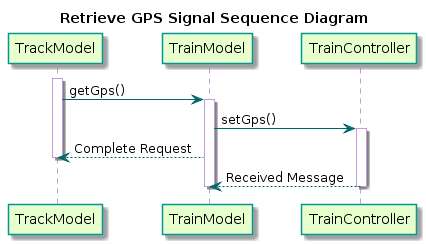
Before: TrainSystem/yUML/Sequence Diagrams/TrainModel/RetreiveGPSSeqDiagram.png, a diagram exported from PlantUML (kevingilboy/COE1186). Its diagram source:
```plantuml
@startuml
title Retrieve GPS Signal Sequence Diagram
skinparam sequence {
  BackgroundColor transparent
  ActorBackgroundColor #e6ffcc
  ActorBorderColor 	#049595
  ParticipantBackgroundColor #e6ffcc
  ParticipantBorderColor 	#049595
  PackageBorderCOlor  #049595
  ArrowColor #006666
  LifeLineBorderColor #c09cd9
}

participant "TrackModel" as A
participant "TrainModel" as B
participant "TrainController" as C

activate A
A -> B : getGps()
activate B

B -> C : setGps()
activate C

B --> A : Complete Request
deactivate A

C --> B : Received Message
deactivate B
deactivate C
@enduml
```
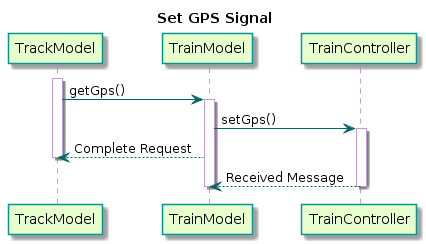
After the commit.

The edit, as a diff of the source:
```diff
@@ -1,9 +1,11 @@
 @startuml
-title Retrieve GPS Signal Sequence Diagram
+title Set GPS Signal
+participant TrackModel
+participant TrainModel
+participant TrainController
+
 skinparam sequence {
   BackgroundColor transparent
-  ActorBackgroundColor #e6ffcc
-  ActorBorderColor 	#049595
   ParticipantBackgroundColor #e6ffcc
   ParticipantBorderColor 	#049595
   PackageBorderCOlor  #049595
@@ -11,21 +13,18 @@
   LifeLineBorderColor #c09cd9
 }
 
-participant "TrackModel" as A
-participant "TrainModel" as B
-participant "TrainController" as C
+activate TrackModel
+TrackModel -> TrainModel : getGps()
+activate TrainModel
 
-activate A
-A -> B : getGps()
-activate B
 
-B -> C : setGps()
-activate C
+TrainModel -> TrainController : setGps()
+activate TrainController
 
-B --> A : Complete Request
-deactivate A
+TrainModel --> TrackModel : Complete Request
+deactivate TrackModel
 
-C --> B : Received Message
-deactivate B
-deactivate C
+TrainController --> TrainModel : Received Message
+deactivate TrainModel
+deactivate TrainController
 @enduml
```
